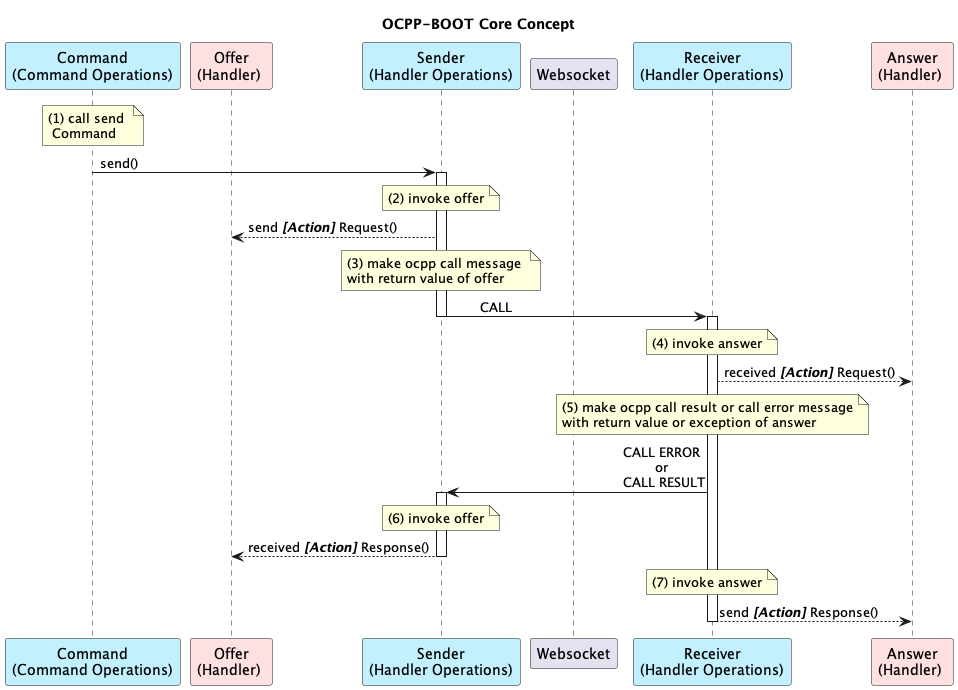
Earlier version of the PlantUML export lib/core.png (u2ware/ocpp-boot-client).
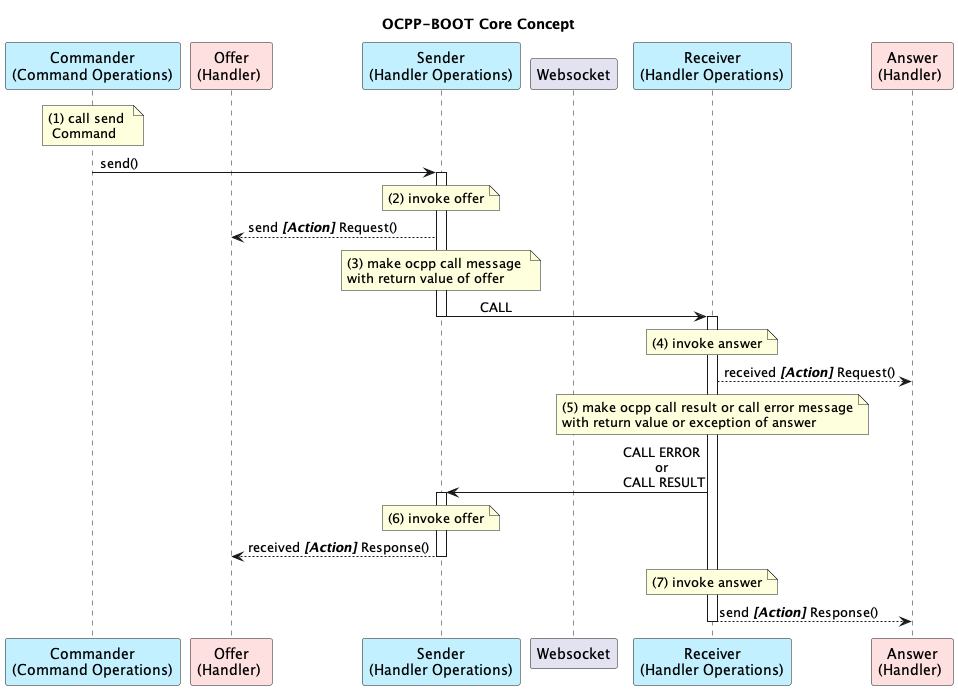
After the change.

Commit message:
ocpp-boot-client

Change to the diagram source:
```diff
@@ -2,7 +2,7 @@
 
 title OCPP-BOOT Core Concept
 
-participant "Command\n(Command Operations)" as Sending #APPLICATION
+participant "Commander\n(Command Operations)" as Sending #APPLICATION
 participant "Offer\n(Handler) " as Offer #IMPLEMENTATION
 participant "Sender\n(Handler Operations)" as Sender #APPLICATION
 participant "Websocket" as Websocket
```
